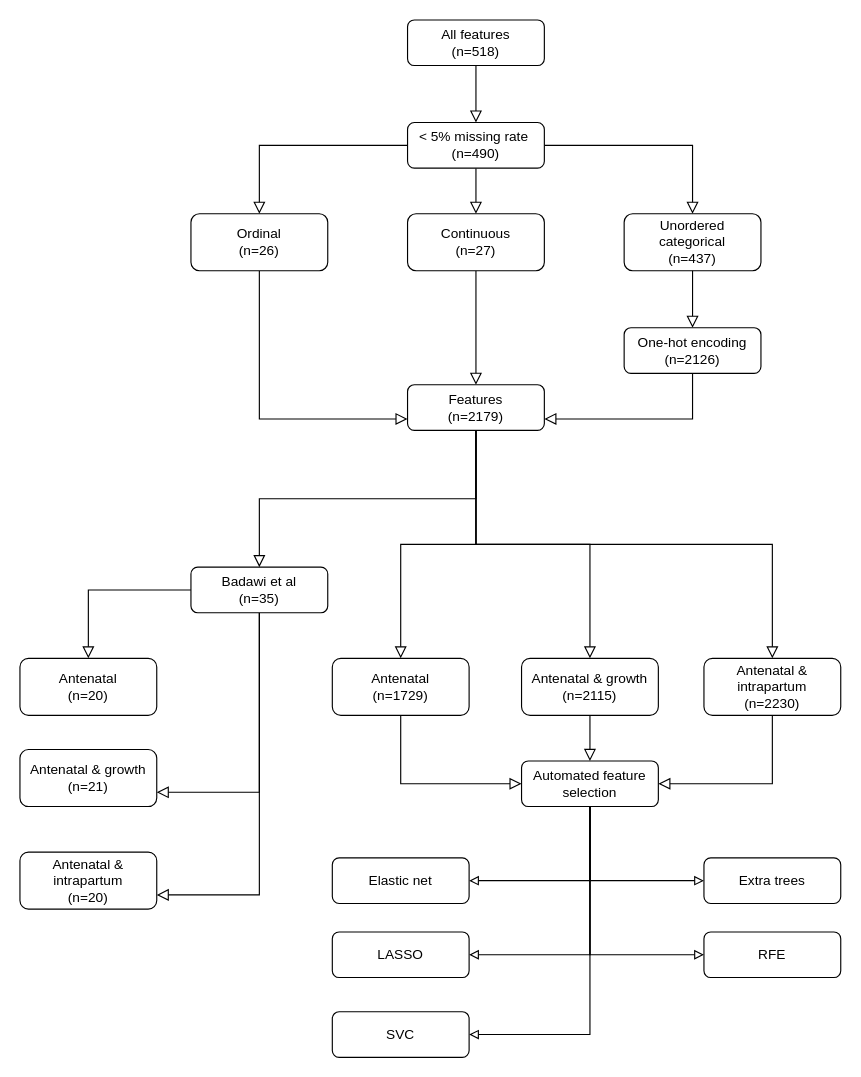
This is workflow.drawio from MRCIEU/hie-ml, a draw.io file, before an edit. Source tidied: cells renumbered, new cells numbered last; positions are measured from the earlier drawing's top-left corner, leaving out a move shared by most shapes. Both pictures are drawn from the tidied source at 114%, with x=0, y=0 at pixel (19, 19).
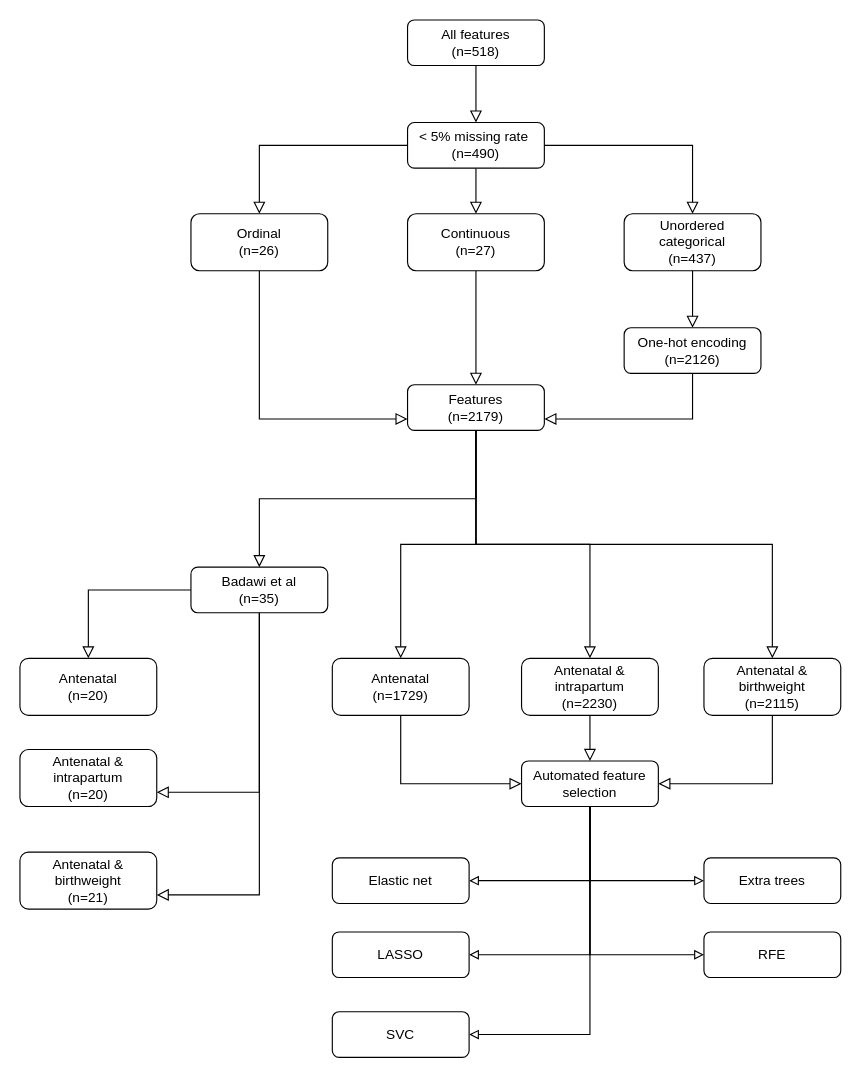
The same diagram, later.

The edit, as a diff of the source:
```diff
@@
-    <mxCell id="26" value="Antenatal &amp;amp; growth&lt;br&gt;(n=21)" style="rounded=1;whiteSpace=wrap;html=1;fontSize=12;glass=0;strokeWidth=1;shadow=0;" parent="1" vertex="1">
+    <mxCell id="26" value="Antenatal &amp;amp; intrapartum&lt;br&gt;(n=20)" style="rounded=1;whiteSpace=wrap;html=1;fontSize=12;glass=0;strokeWidth=1;shadow=0;" parent="1" vertex="1">
       <mxGeometry y="640" width="120" height="50" as="geometry" />
     </mxCell>
-    <mxCell id="27" value="Antenatal &amp;amp; intrapartum&lt;br&gt;(n=20)" style="rounded=1;whiteSpace=wrap;html=1;fontSize=12;glass=0;strokeWidth=1;shadow=0;" parent="1" vertex="1">
+    <mxCell id="27" value="Antenatal &amp;amp; birthweight&lt;br&gt;(n=21)" style="rounded=1;whiteSpace=wrap;html=1;fontSize=12;glass=0;strokeWidth=1;shadow=0;" parent="1" vertex="1">
       <mxGeometry y="730" width="120" height="50" as="geometry" />
     </mxCell>
@@
-    <mxCell id="31" value="Antenatal &amp;amp; growth&lt;br&gt;(n=2115)" style="rounded=1;whiteSpace=wrap;html=1;fontSize=12;glass=0;strokeWidth=1;shadow=0;" parent="1" vertex="1">
+    <mxCell id="31" value="Antenatal &amp;amp; intrapartum&lt;br&gt;(n=2230)" style="rounded=1;whiteSpace=wrap;html=1;fontSize=12;glass=0;strokeWidth=1;shadow=0;" parent="1" vertex="1">
       <mxGeometry x="440" y="560" width="120" height="50" as="geometry" />
     </mxCell>
@@
-    <mxCell id="33" value="Antenatal &amp;amp; intrapartum&lt;br&gt;(n=2230)" style="rounded=1;whiteSpace=wrap;html=1;fontSize=12;glass=0;strokeWidth=1;shadow=0;" parent="1" vertex="1">
+    <mxCell id="33" value="Antenatal &amp;amp; birthweight&lt;br&gt;(n=2115)" style="rounded=1;whiteSpace=wrap;html=1;fontSize=12;glass=0;strokeWidth=1;shadow=0;" parent="1" vertex="1">
       <mxGeometry x="600" y="560" width="120" height="50" as="geometry" />
     </mxCell>
```
